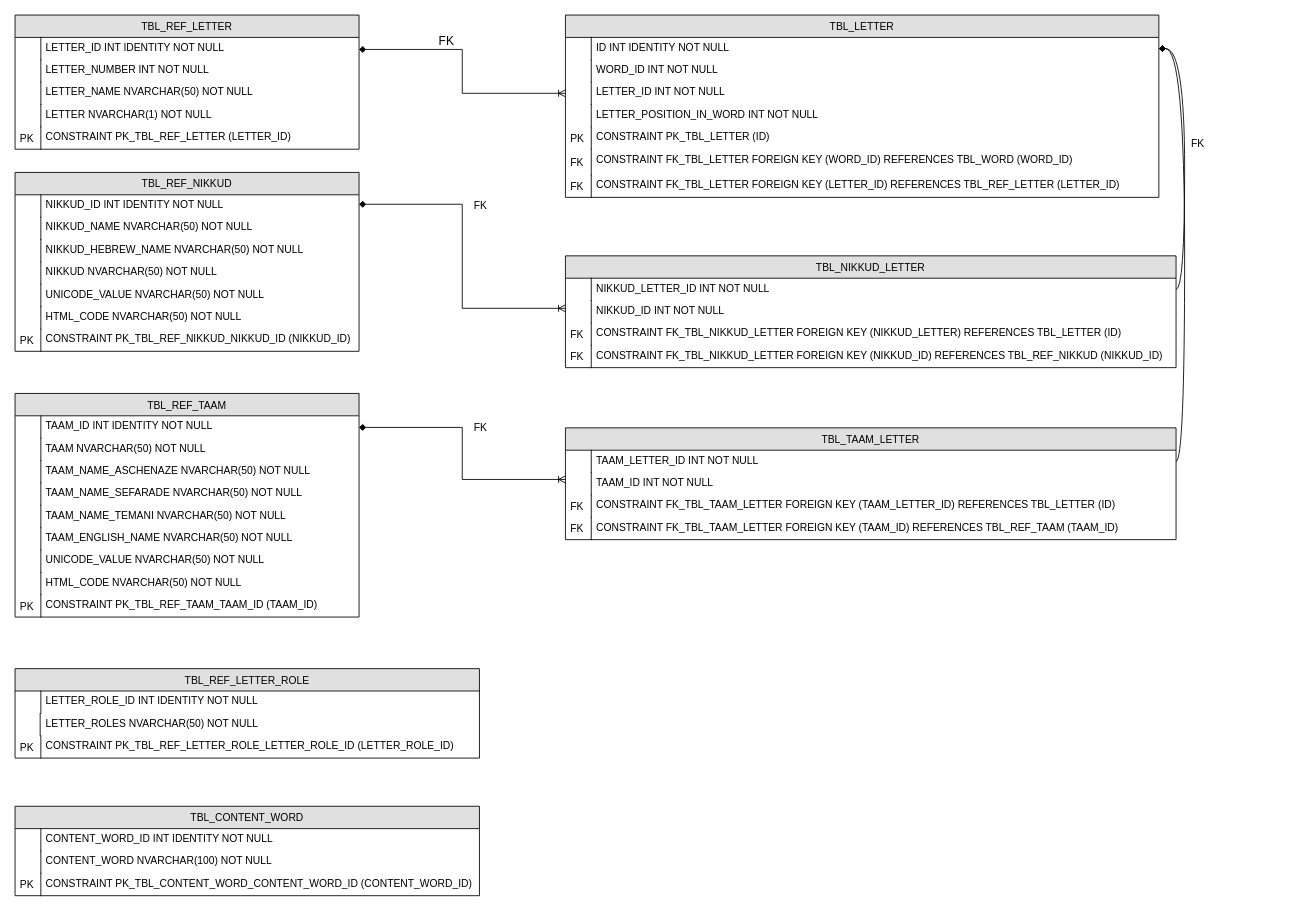
Above: db_drawings/letters.schema.drawio in mdanielov/limud-kodesh (draw.io), before the change. Source tidied: cells renumbered, new cells numbered last; positions are measured from the earlier drawing's top-left corner, leaving out a move shared by most shapes. Both pictures are drawn from the tidied source at 86%, with x=0, y=0 at pixel (15, 15).
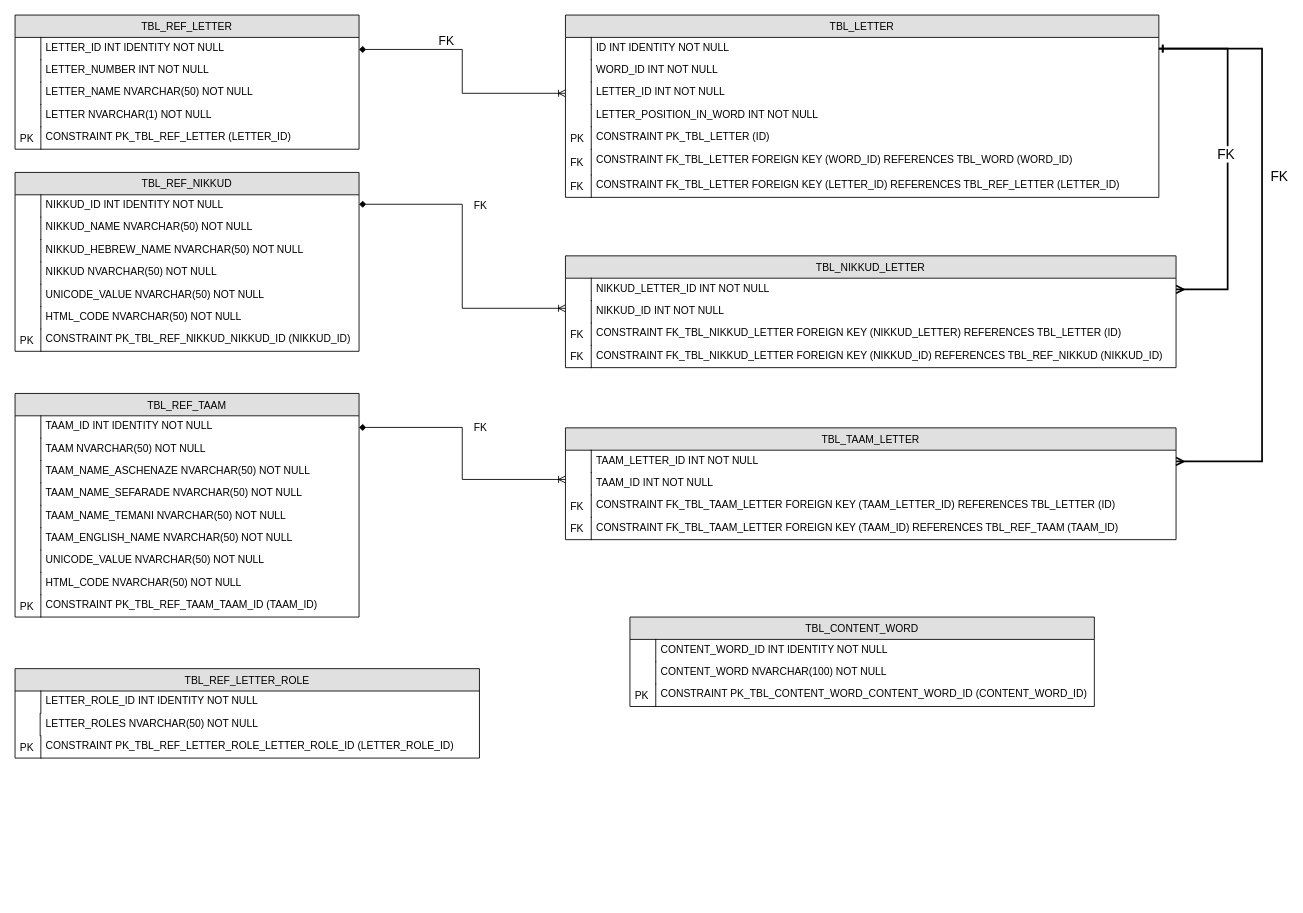
The same page after the edit.

Unchanged cells that the change refers to:
```xml
<mxCell id="65" value="ID INT IDENTITY NOT NULL" style="shape=partialRectangle;top=0;left=0;right=0;bottom=0;align=left;verticalAlign=top;spacingTop=-2;fillColor=none;spacingLeft=34;spacingRight=4;overflow=hidden;points=[[0,0.5],[1,0.5]];portConstraint=eastwest;" parent="64" vertex="1">
  <mxGeometry y="26" width="690" height="26" as="geometry" />
</mxCell>
<mxCell id="80" value="NIKKUD_LETTER_ID INT NOT NULL" style="shape=partialRectangle;top=0;left=0;right=0;bottom=0;align=left;verticalAlign=top;spacingTop=-2;fillColor=none;spacingLeft=34;spacingRight=4;overflow=hidden;points=[[0,0.5],[1,0.5]];portConstraint=eastwest;" parent="79" vertex="1">
  <mxGeometry y="26" width="710" height="26" as="geometry" />
</mxCell>
<mxCell id="92" value="TAAM_LETTER_ID INT NOT NULL" style="shape=partialRectangle;top=0;left=0;right=0;bottom=0;align=left;verticalAlign=top;spacingTop=-2;fillColor=none;spacingLeft=34;spacingRight=4;overflow=hidden;points=[[0,0.5],[1,0.5]];portConstraint=eastwest;" parent="91" vertex="1">
  <mxGeometry y="26" width="710" height="26" as="geometry" />
</mxCell>
```

What changed in the source:
```diff
@@
     <mxCell id="57" value="TBL_CONTENT_WORD" style="swimlane;fontStyle=0;horizontal=1;startSize=26;fillColor=#e0e0e0;swimlaneFillColor=#ffffff;align=center;" parent="1" vertex="1">
-      <mxGeometry y="920" width="540" height="104" as="geometry" />
+      <mxGeometry x="715" y="700" width="540" height="104" as="geometry" />
     </mxCell>
@@
-    <mxCell id="89" style="endArrow=diamond;html=1;edgeStyle=orthogonalEdgeStyle;elbow=vertical;curved=1;exitX=1;exitY=0.5;exitDx=0;exitDy=0;entryX=1;entryY=0.5;entryDx=0;entryDy=0;endFill=1;" parent="1" edge="1" source="80" target="65">
-      <mxGeometry relative="1" as="geometry" />
-    </mxCell>
-    <mxCell id="90" value="FK" style="text;html=1;align=center;verticalAlign=middle;" parent="1" vertex="1">
-      <mxGeometry x="1360" y="140" width="30" height="20" as="geometry" />
-    </mxCell>
@@
-    <mxCell id="103" style="endArrow=diamond;html=1;edgeStyle=orthogonalEdgeStyle;elbow=vertical;curved=1;exitX=1;exitY=0.5;exitDx=0;exitDy=0;endFill=1;entryX=1;entryY=0.5;entryDx=0;entryDy=0;" parent="1" edge="1" source="92" target="65">
-      <mxGeometry relative="1" as="geometry" />
+    <mxCell id="103" style="edgeStyle=orthogonalEdgeStyle;rounded=0;jettySize=auto;html=1;exitX=1;exitY=0.5;exitDx=0;exitDy=0;entryX=1;entryY=0.5;entryDx=0;entryDy=0;startArrow=ERmany;startFill=0;endArrow=ERone;endFill=0;strokeWidth=2;" parent="1" edge="1" source="92" target="65">
+      <mxGeometry relative="1" as="geometry">
+        <Array as="points">
+          <mxPoint x="1450" y="519" />
+          <mxPoint x="1450" y="39" />
+        </Array>
+      </mxGeometry>
     </mxCell>
+    <mxCell id="89" style="edgeStyle=orthogonalEdgeStyle;rounded=0;jettySize=auto;html=1;exitX=1;exitY=0.5;exitDx=0;exitDy=0;entryX=1;entryY=0.5;entryDx=0;entryDy=0;startArrow=ERmany;startFill=0;endArrow=ERone;endFill=0;strokeWidth=2;" parent="1" edge="1" source="80" target="65">
+      <mxGeometry relative="1" as="geometry">
+        <Array as="points">
+          <mxPoint x="1410" y="319" />
+          <mxPoint x="1410" y="39" />
+        </Array>
+      </mxGeometry>
+    </mxCell>
+    <mxCell id="104" value="FK" style="text;html=1;align=center;verticalAlign=middle;labelBackgroundColor=#ffffff;fontSize=16;" parent="89" vertex="1">
+      <mxGeometry x="0.04" y="3" relative="1" as="geometry" />
+    </mxCell>
+    <mxCell id="105" value="FK" style="text;html=1;align=center;verticalAlign=middle;labelBackgroundColor=#ffffff;fontSize=16;" parent="1" vertex="1">
+      <mxGeometry x="1480" y="190" as="geometry">
+        <mxPoint x="-11" y="-4" as="offset" />
+      </mxGeometry>
+    </mxCell>
```
